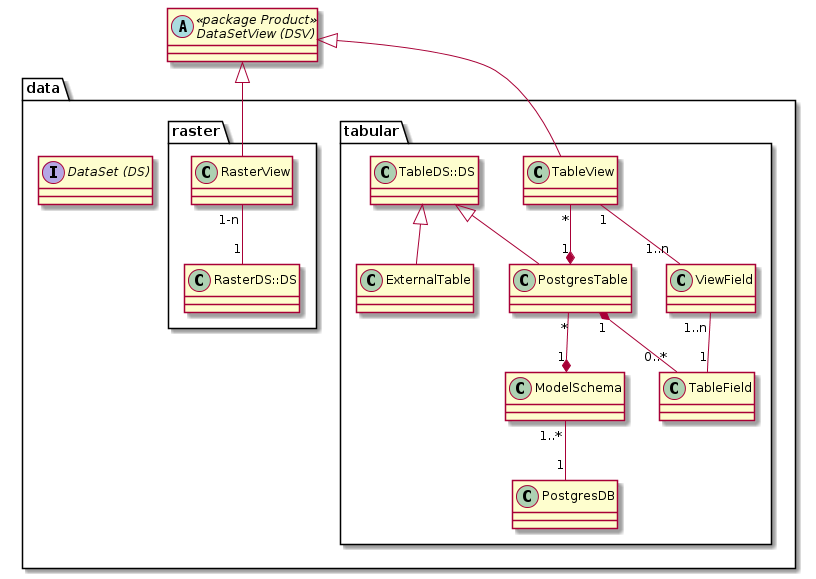
Earlier version of the PlantUML export code/doc/puml/rendered/data.png (sogis/simi). Source of this version:
```plantuml
@startuml
abstract class "DataSetView (DSV)" as dsv << package Product >>

package data {

    interface "DataSet (DS)" as ds

    package tabular {
        class "TableView" as tv
        class "TableDS::DS" as tds
        class "PostgresTable" as pt
        class "ExternalTable" as et
        class "PostgresDB" as pdb
        class "TableField" as tf
        class "ViewField" as vf
        class "ModelSchema" as ms

        tds <|-- pt
        tds <|-- et

        tv "*" --* "1" pt

        pt "*" --* "1" ms
        pt "1" *-- "0..*" tf

        tv "1" -- "1..n" vf
        vf "1..n" -- "1" tf

        ms "1..*" -- "1" pdb
    }

    package "raster"{
        class "RasterView" as rv
        class "RasterDS::DS" as rds

        rv "1-n" -- "1" rds
    }

    dsv <|-- tv
    dsv <|-- rv

    dsv -[hidden]-> ds
}
@enduml
```
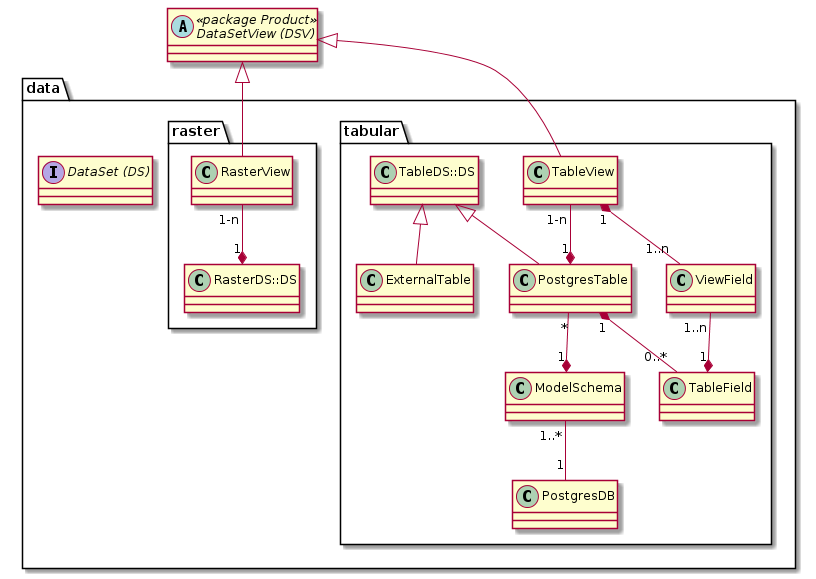
After the commit.

Commit message:
Skript: PUML-Diagramme der Simi-Dokumentation regeneriert und beigefügt

What changed in the source:
```diff
@@ -18,13 +18,13 @@
         tds <|-- pt
         tds <|-- et
 
-        tv "*" --* "1" pt
+        tv "1-n" --* "1" pt
 
         pt "*" --* "1" ms
         pt "1" *-- "0..*" tf
 
-        tv "1" -- "1..n" vf
-        vf "1..n" -- "1" tf
+        tv "1" *-- "1..n" vf
+        vf "1..n" --* "1" tf
 
         ms "1..*" -- "1" pdb
     }
@@ -33,7 +33,7 @@
         class "RasterView" as rv
         class "RasterDS::DS" as rds
 
-        rv "1-n" -- "1" rds
+        rv "1-n" --* "1" rds
     }
 
     dsv <|-- tv
```
